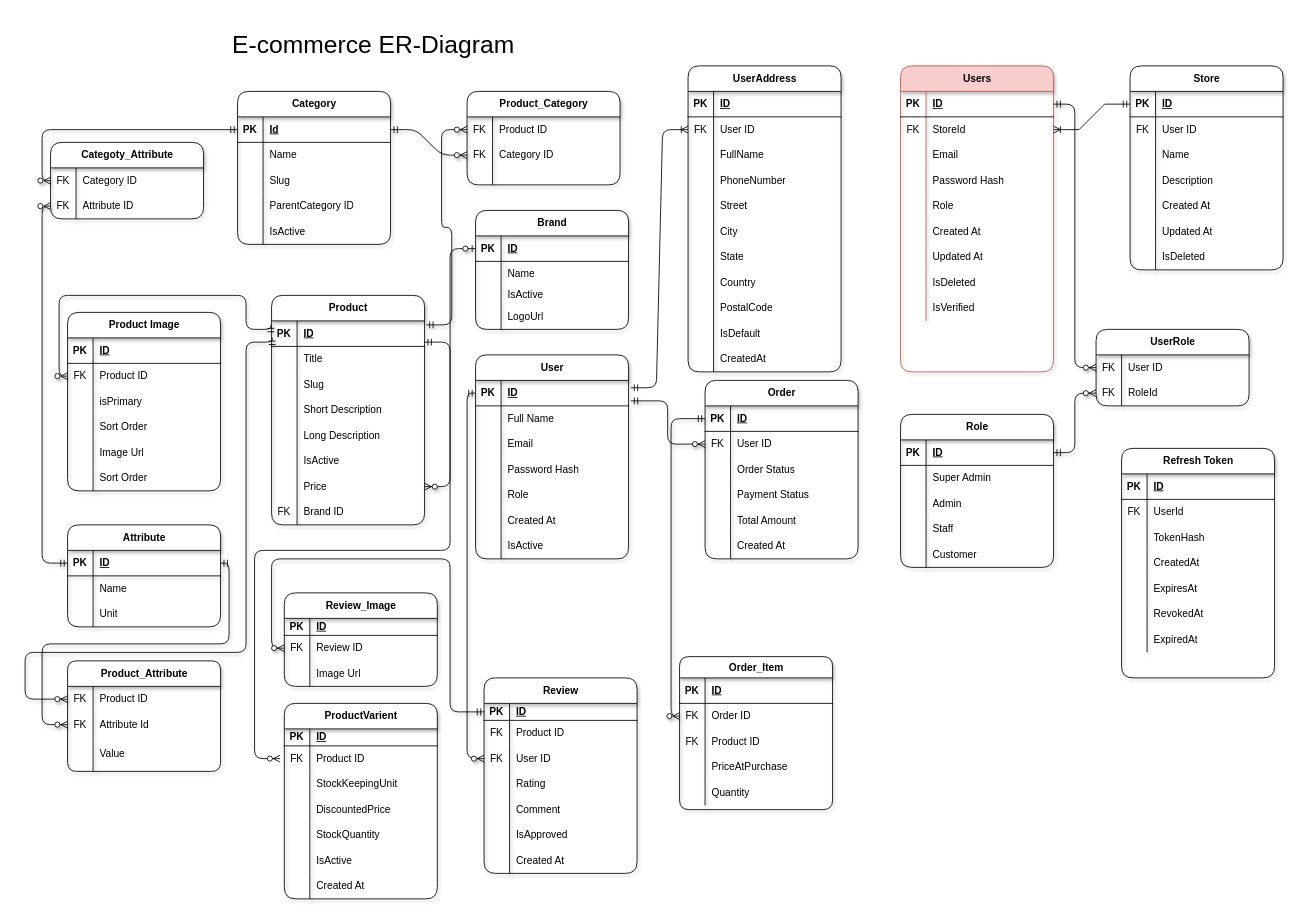
Earlier version of the draw.io diagram Docs/MachinaryErDiagram.drawio (kaushal-cmyk/E-Commerce-Application). Source tidied: cells renumbered, new cells numbered last; positions are measured from the earlier drawing's top-left corner, leaving out a move shared by most shapes. Both pictures are drawn from the tidied source at 85%, with x=0, y=0 at pixel (25, 14).
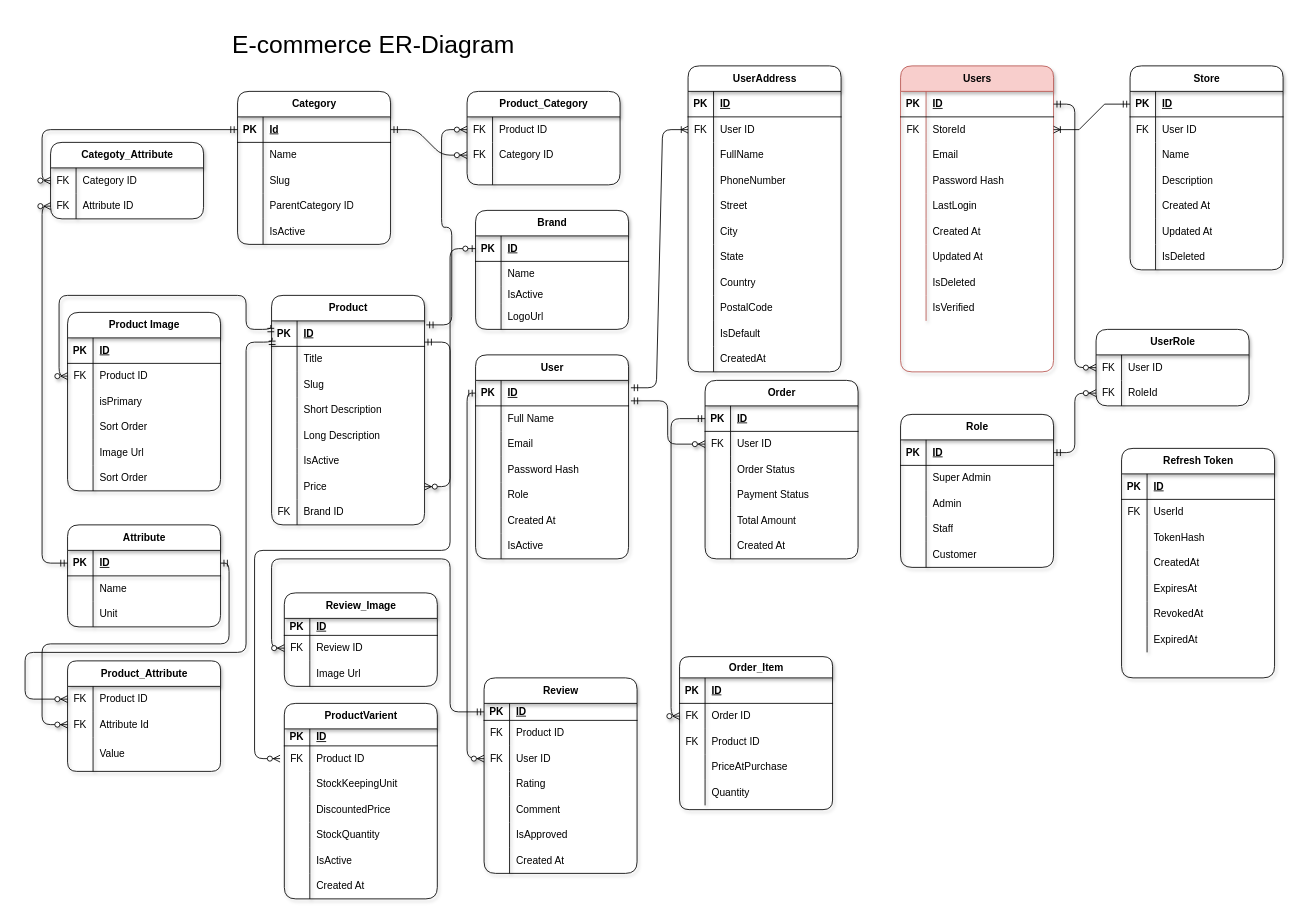
After the change.

Commit message (it also covers changes not shown here):
Added RefreshToken Table

The change refers to these unchanged cells:
```xml
<mxCell id="285" style="shape=tableRow;horizontal=0;startSize=0;swimlaneHead=0;swimlaneBody=0;fillColor=none;top=0;left=0;right=0;bottom=0;labelBackgroundColor=none;rounded=1;" parent="272" vertex="1">
  <mxGeometry y="150" width="180" height="30" as="geometry" />
</mxCell>
```

What changed in the source:
```diff
@@
-    <mxCell id="287" value="Role" style="shape=partialRectangle;fillColor=none;top=0;left=0;bottom=0;right=0;align=left;spacingLeft=6;overflow=hidden;whiteSpace=wrap;html=1;labelBackgroundColor=none;rounded=1;" parent="285" vertex="1">
+    <mxCell id="287" value="LastLogin" style="shape=partialRectangle;fillColor=none;top=0;left=0;bottom=0;right=0;align=left;spacingLeft=6;overflow=hidden;whiteSpace=wrap;html=1;labelBackgroundColor=none;rounded=1;" parent="285" vertex="1">
       <mxGeometry x="30" width="150" height="30" as="geometry" />
     </mxCell>
```
